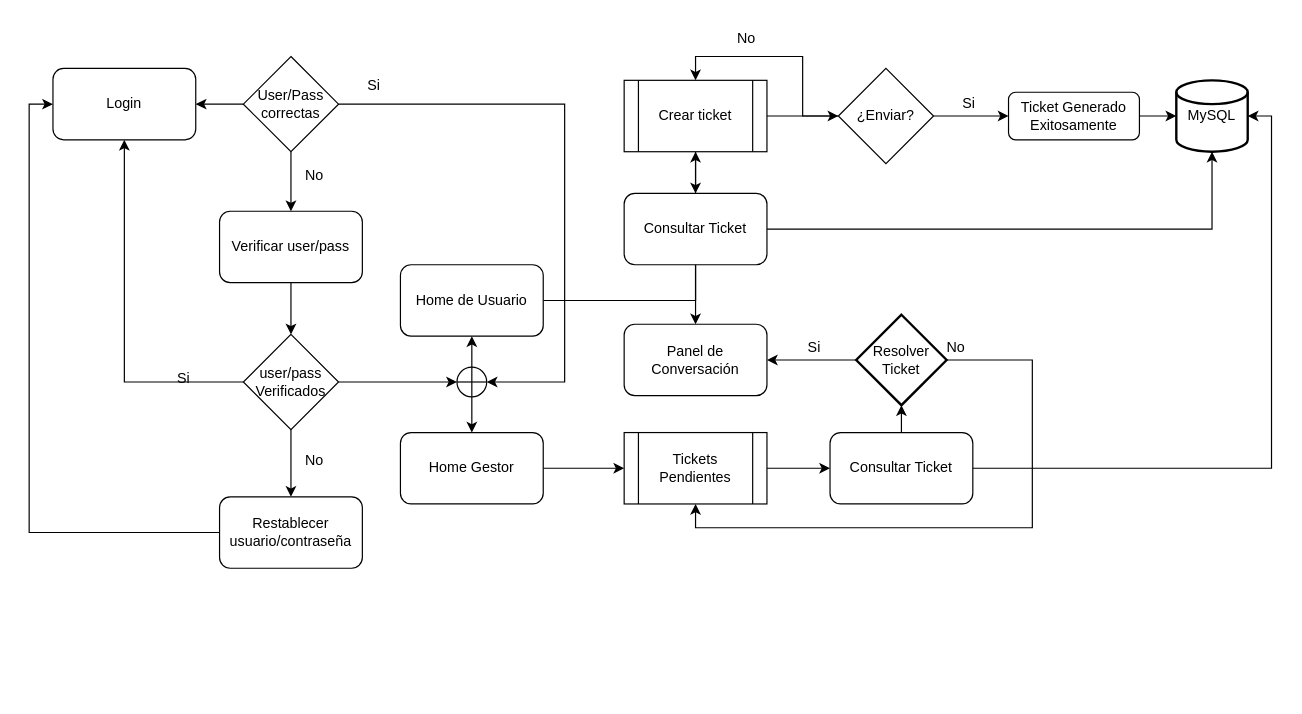
This is helpdesk_diagram.drawio from itteamlxs/helpdesk_sys, a draw.io file, before an edit. Source tidied: cells renumbered, new cells numbered last; positions are measured from the earlier drawing's top-left corner, leaving out a move shared by most shapes. Both pictures are drawn from the tidied source at 119%, with x=0, y=0 at pixel (52, 20).
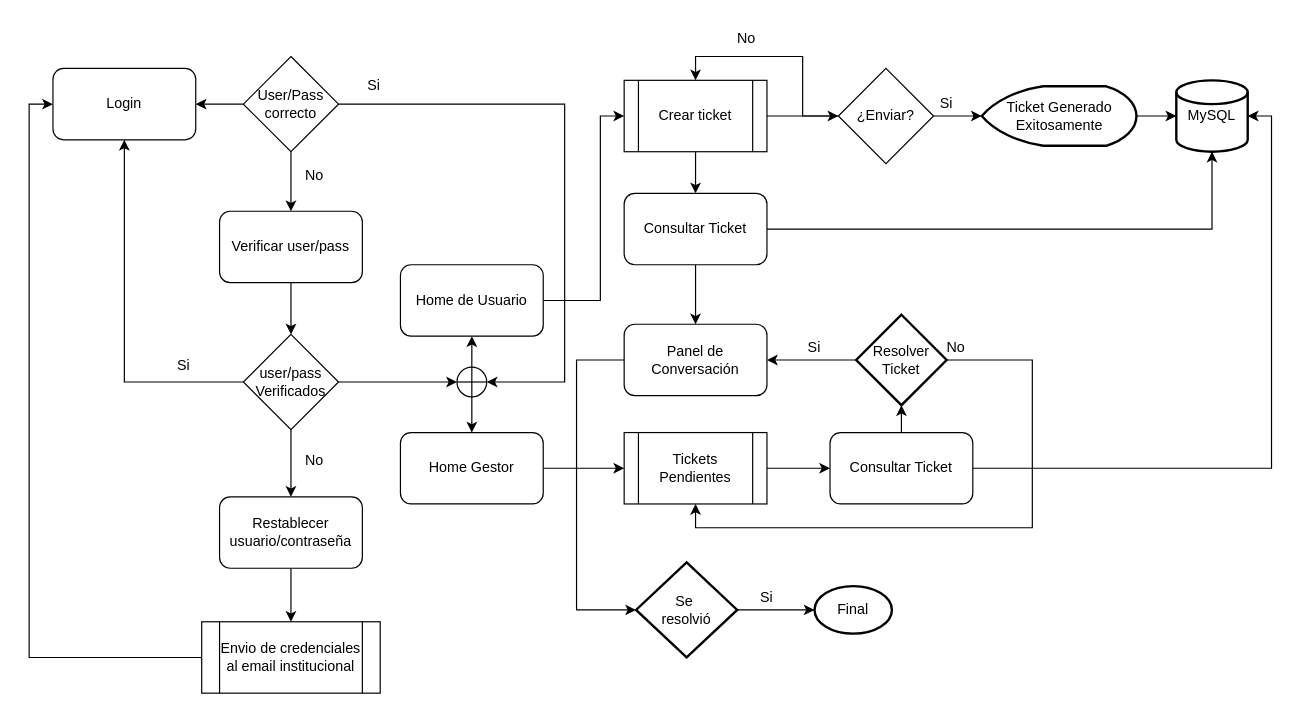
The same diagram, later.

Unchanged cells that the change refers to:
```xml
<mxCell id="2" value="Login" style="rounded=1;whiteSpace=wrap;html=1;labelBackgroundColor=none;" parent="1" vertex="1">
  <mxGeometry y="40" width="120" height="60" as="geometry" />
</mxCell>
<mxCell id="4" value="Home de Usuario" style="rounded=1;whiteSpace=wrap;html=1;labelBackgroundColor=none;" parent="1" vertex="1">
  <mxGeometry x="292" y="205" width="120" height="60" as="geometry" />
</mxCell>
<mxCell id="8" value="Panel de Conversación" style="rounded=1;whiteSpace=wrap;html=1;labelBackgroundColor=none;" parent="1" vertex="1">
  <mxGeometry x="480" y="255" width="120" height="60" as="geometry" />
</mxCell>
<mxCell id="20" value="Restablecer usuario/contraseña" style="rounded=1;whiteSpace=wrap;html=1;labelBackgroundColor=none;" parent="1" vertex="1">
  <mxGeometry x="140" y="400" width="120" height="60" as="geometry" />
</mxCell>
<mxCell id="25" value="¿Enviar?" style="rhombus;whiteSpace=wrap;html=1;labelBackgroundColor=none;" parent="1" vertex="1">
  <mxGeometry x="660" y="40" width="80" height="80" as="geometry" />
</mxCell>
<mxCell id="30" value="Crear ticket" style="shape=process;whiteSpace=wrap;html=1;backgroundOutline=1;labelBackgroundColor=none;" parent="1" vertex="1">
  <mxGeometry x="480" y="50" width="120" height="60" as="geometry" />
</mxCell>
<mxCell id="33" value="MySQL" style="strokeWidth=2;html=1;shape=mxgraph.flowchart.database;whiteSpace=wrap;labelBackgroundColor=none;" parent="1" vertex="1">
  <mxGeometry x="944" y="50" width="60" height="60" as="geometry" />
</mxCell>
```

What changed in the source:
```diff
@@
     <mxCell id="3" style="edgeStyle=orthogonalEdgeStyle;rounded=0;jettySize=auto;html=1;labelBackgroundColor=none;fontColor=default;" parent="1" edge="1" source="4" target="30">
-      <mxGeometry relative="1" as="geometry" />
+      <mxGeometry relative="1" as="geometry">
+        <Array as="points">
+          <mxPoint x="460" y="235" />
+          <mxPoint x="460" y="80" />
+        </Array>
+      </mxGeometry>
     </mxCell>
@@
-    <mxCell id="11" value="User/Pass&lt;div&gt;correctas&lt;/div&gt;" style="rhombus;whiteSpace=wrap;html=1;labelBackgroundColor=none;" parent="1" vertex="1">
+    <mxCell id="11" value="User/Pass&lt;div&gt;correcto&lt;/div&gt;" style="rhombus;whiteSpace=wrap;html=1;labelBackgroundColor=none;" parent="1" vertex="1">
       <mxGeometry x="160" y="30" width="80" height="80" as="geometry" />
     </mxCell>
@@
-    <mxCell id="19" style="edgeStyle=orthogonalEdgeStyle;rounded=0;jettySize=auto;html=1;entryX=0;entryY=0.5;entryDx=0;entryDy=0;labelBackgroundColor=none;fontColor=default;" parent="1" edge="1" source="20" target="2">
+    <mxCell id="19" style="edgeStyle=orthogonalEdgeStyle;rounded=0;jettySize=auto;html=1;entryX=0;entryY=0.5;entryDx=0;entryDy=0;labelBackgroundColor=none;fontColor=default;exitX=0;exitY=0.5;exitDx=0;exitDy=0;" parent="1" edge="1" source="52" target="2">
       <mxGeometry relative="1" as="geometry" />
     </mxCell>
+    <mxCell id="51" style="edgeStyle=orthogonalEdgeStyle;rounded=0;jettySize=auto;html=1;" parent="1" edge="1" source="20" target="52">
+      <mxGeometry relative="1" as="geometry" />
+    </mxCell>
@@
     <mxCell id="21" value="Si" style="text;html=1;align=center;verticalAlign=middle;whiteSpace=wrap;rounded=0;labelBackgroundColor=none;" parent="1" vertex="1">
-      <mxGeometry x="80" y="286" width="60" height="30" as="geometry" />
+      <mxGeometry x="80" y="275" width="60" height="30" as="geometry" />
     </mxCell>
@@
-    <mxCell id="24" style="edgeStyle=orthogonalEdgeStyle;rounded=0;jettySize=auto;html=1;entryX=0;entryY=0.5;entryDx=0;entryDy=0;labelBackgroundColor=none;fontColor=default;" parent="1" edge="1" source="25" target="32">
-      <mxGeometry relative="1" as="geometry" />
-    </mxCell>
@@
     <mxCell id="26" value="Si" style="text;html=1;align=center;verticalAlign=middle;whiteSpace=wrap;rounded=0;labelBackgroundColor=none;" parent="1" vertex="1">
-      <mxGeometry x="740" y="55" width="60" height="30" as="geometry" />
+      <mxGeometry x="720.5" y="55" width="60" height="30" as="geometry" />
     </mxCell>
@@
-    <mxCell id="31" style="edgeStyle=orthogonalEdgeStyle;rounded=0;jettySize=auto;html=1;entryX=0;entryY=0.5;entryDx=0;entryDy=0;entryPerimeter=0;labelBackgroundColor=none;fontColor=default;" parent="1" edge="1" source="32" target="33">
-      <mxGeometry relative="1" as="geometry" />
-    </mxCell>
-    <mxCell id="32" value="Ticket Generado Exitosamente" style="rounded=1;whiteSpace=wrap;html=1;labelBackgroundColor=none;" parent="1" vertex="1">
-      <mxGeometry x="803" y="60" width="110" height="40" as="geometry" />
-    </mxCell>
@@
+    <mxCell id="52" value="Envio de credenciales al email institucional" style="shape=process;whiteSpace=wrap;html=1;backgroundOutline=1;" parent="1" vertex="1">
+      <mxGeometry x="125" y="505" width="150" height="60" as="geometry" />
+    </mxCell>
+    <mxCell id="31" style="edgeStyle=orthogonalEdgeStyle;rounded=0;jettySize=auto;html=1;" parent="1" edge="1" source="32" target="33">
+      <mxGeometry relative="1" as="geometry" />
+    </mxCell>
+    <mxCell id="32" value="Ticket Generado Exitosamente" style="strokeWidth=2;html=1;shape=mxgraph.flowchart.display;whiteSpace=wrap;" parent="1" vertex="1">
+      <mxGeometry x="780.5" y="55" width="130" height="50" as="geometry" />
+    </mxCell>
+    <mxCell id="24" style="edgeStyle=orthogonalEdgeStyle;rounded=0;jettySize=auto;html=1;entryX=0;entryY=0.5;entryDx=0;entryDy=0;entryPerimeter=0;" parent="1" edge="1" source="25" target="32">
+      <mxGeometry relative="1" as="geometry" />
+    </mxCell>
+    <mxCell id="53" value="Se&amp;nbsp;&lt;div&gt;resolvió&lt;/div&gt;" style="strokeWidth=2;html=1;shape=mxgraph.flowchart.decision;whiteSpace=wrap;" parent="1" vertex="1">
+      <mxGeometry x="490" y="455" width="85" height="80" as="geometry" />
+    </mxCell>
+    <mxCell id="54" style="edgeStyle=orthogonalEdgeStyle;rounded=0;jettySize=auto;html=1;entryX=0;entryY=0.5;entryDx=0;entryDy=0;entryPerimeter=0;" parent="1" edge="1" source="8" target="53">
+      <mxGeometry relative="1" as="geometry">
+        <Array as="points">
+          <mxPoint x="440" y="285" />
+          <mxPoint x="440" y="495" />
+        </Array>
+      </mxGeometry>
+    </mxCell>
+    <mxCell id="55" value="Final" style="strokeWidth=2;html=1;shape=mxgraph.flowchart.start_1;whiteSpace=wrap;" parent="1" vertex="1">
+      <mxGeometry x="640" y="475" width="65" height="40" as="geometry" />
+    </mxCell>
+    <mxCell id="56" style="edgeStyle=orthogonalEdgeStyle;rounded=0;jettySize=auto;html=1;entryX=0;entryY=0.5;entryDx=0;entryDy=0;entryPerimeter=0;" parent="1" edge="1" source="53" target="55">
+      <mxGeometry relative="1" as="geometry" />
+    </mxCell>
+    <mxCell id="57" value="Si" style="text;html=1;align=center;verticalAlign=middle;whiteSpace=wrap;rounded=0;labelBackgroundColor=none;" parent="1" vertex="1">
+      <mxGeometry x="570" y="470" width="60" height="30" as="geometry" />
+    </mxCell>
```
